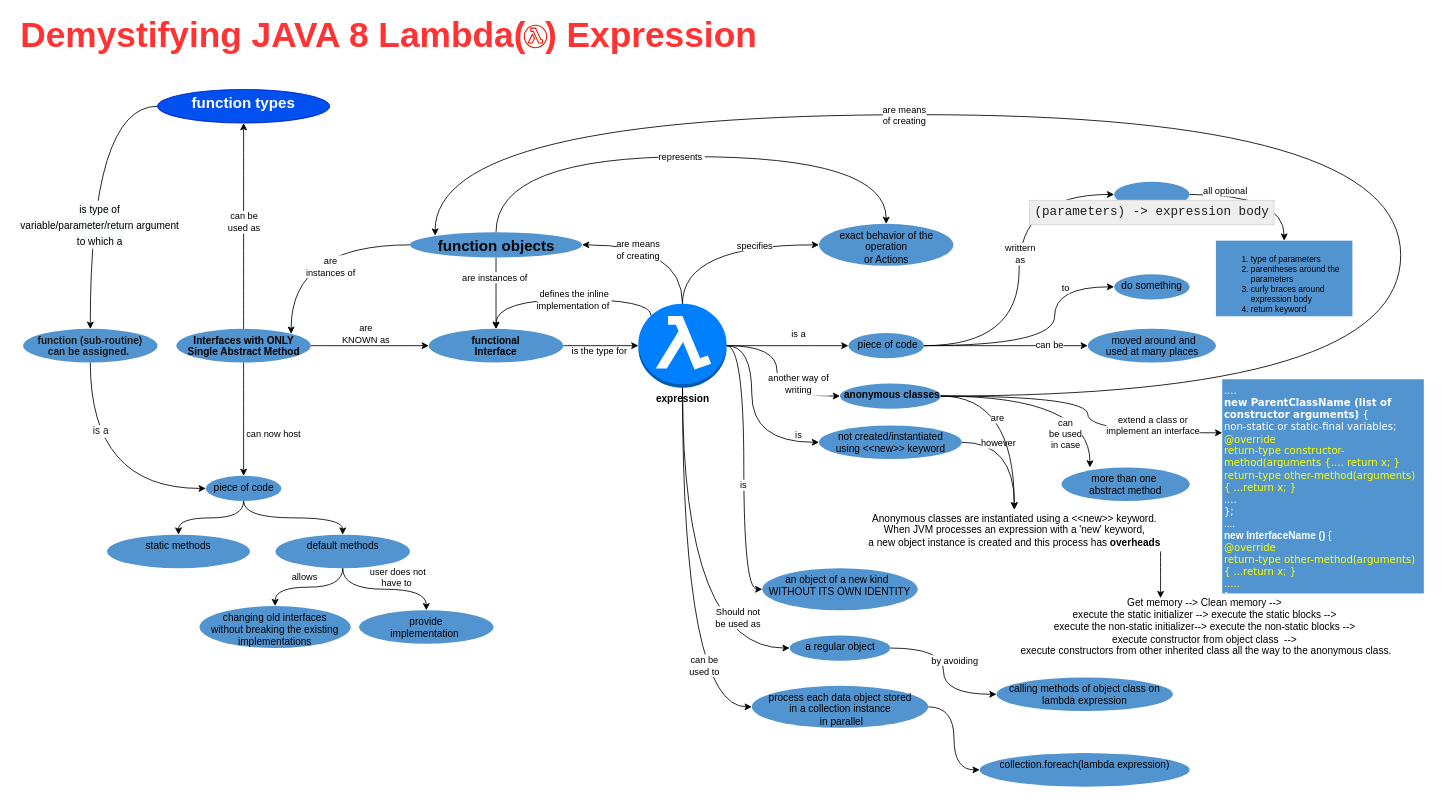
gaurjain/drawio keeps this draw.io diagram as page "Lambda Expressions" (1 of 6) of Java Collection Framework Data Structures.drawio. Above is the earlier version. Source tidied: cells renumbered, new cells numbered last; positions are measured from the earlier drawing's top-left corner, leaving out a move shared by most shapes. Both pictures are drawn from the tidied source at 84%, with x=0, y=0 at pixel (14, 23).
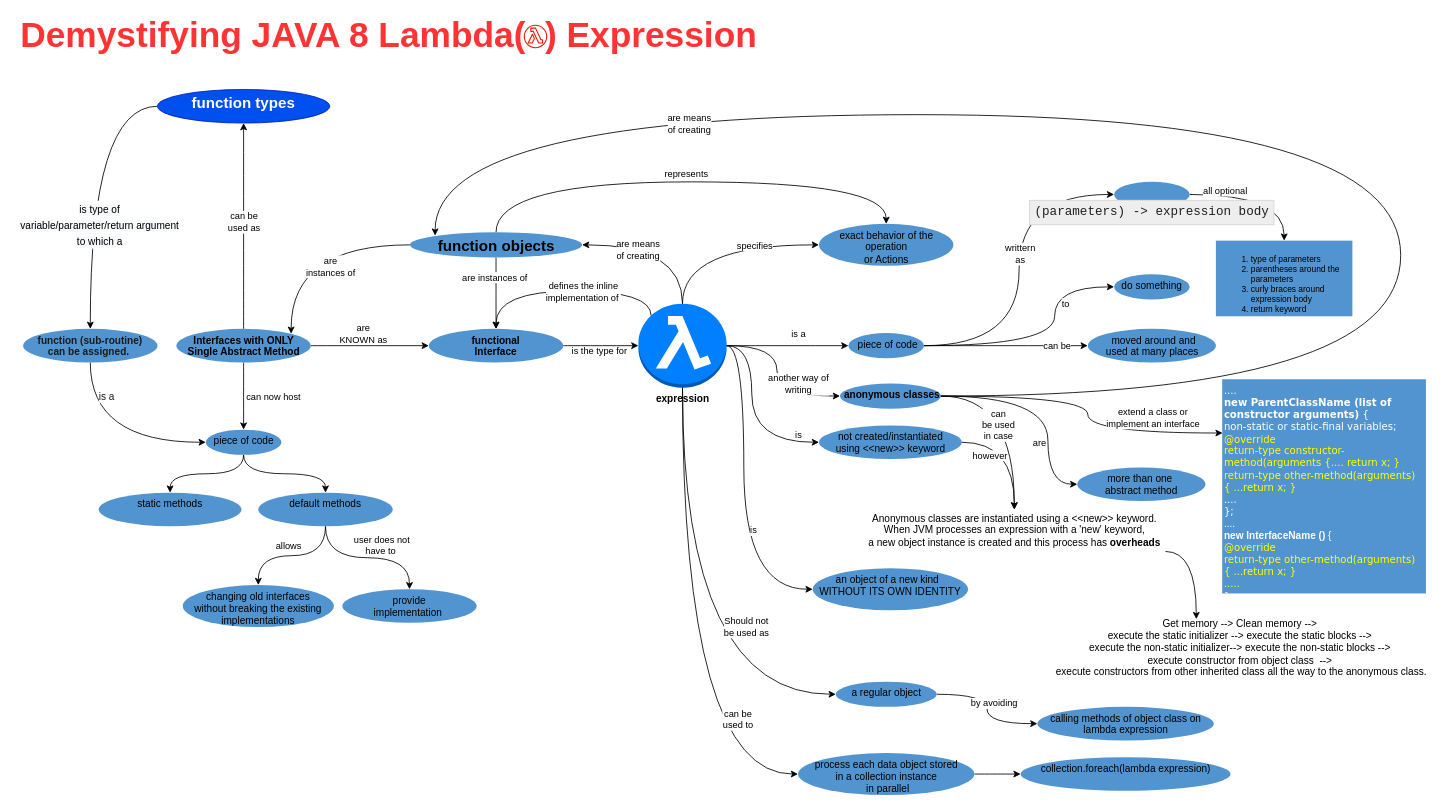
Above is the later version.

Unchanged cells that the change refers to:
```xml
<mxCell id="2" style="edgeStyle=orthogonalEdgeStyle;curved=1;rounded=0;jettySize=auto;html=1;entryX=0;entryY=0.5;entryDx=0;entryDy=0;" parent="1" edge="1" source="10" target="17">
  <mxGeometry relative="1" as="geometry">
    <Array as="points">
      <mxPoint x="868" y="384" />
      <mxPoint x="868" y="674" />
    </Array>
  </mxGeometry>
</mxCell>
<mxCell id="10" value="expression" style="outlineConnect=0;dashed=0;verticalLabelPosition=bottom;verticalAlign=top;align=center;html=1;shape=mxgraph.aws3.lambda_function;gradientColor=none;fillColor=#007FFF;fontStyle=1;" parent="1" vertex="1">
  <mxGeometry x="742.5" y="334" width="105" height="100" as="geometry" />
</mxCell>
<mxCell id="16" value="functional &lt;br&gt;Interface" style="ellipse;whiteSpace=wrap;html=1;dashed=0;verticalAlign=top;fillColor=#5294CF;labelBackgroundColor=none;strokeColor=none;fontStyle=1;" parent="1" vertex="1">
  <mxGeometry x="493" y="364" width="160" height="40" as="geometry" />
</mxCell>
<mxCell id="19" value="Anonymous classes are instantiated using a &amp;lt;&amp;lt;new&amp;gt;&amp;gt; keyword.&lt;br&gt;When JVM processes an expression with a 'new' keyword, &lt;br&gt;a new object instance is created and this process has &lt;b&gt;overheads&lt;/b&gt;" style="text;html=1;align=center;verticalAlign=middle;points=[];" parent="1" vertex="1">
  <mxGeometry x="1010" y="579" width="360" height="50" as="geometry" />
</mxCell>
<mxCell id="20" style="edgeStyle=orthogonalEdgeStyle;curved=1;rounded=0;jettySize=auto;html=1;exitX=1;exitY=0.5;exitDx=0;exitDy=0;" parent="1" edge="1" source="22" target="19">
  <mxGeometry relative="1" as="geometry" />
</mxCell>
<mxCell id="28" style="edgeStyle=orthogonalEdgeStyle;curved=1;rounded=0;jettySize=auto;html=1;exitX=1;exitY=0.5;exitDx=0;exitDy=0;" parent="1" edge="1" source="32" target="19">
  <mxGeometry relative="1" as="geometry" />
</mxCell>
<mxCell id="32" value="&amp;nbsp;anonymous classes" style="ellipse;whiteSpace=wrap;html=1;dashed=0;verticalAlign=top;fillColor=#5294CF;strokeColor=none;fontStyle=1;" parent="1" vertex="1">
  <mxGeometry x="982.5" y="429" width="120" height="30" as="geometry" />
</mxCell>
<mxCell id="39" style="rounded=0;jettySize=auto;html=1;exitX=1;exitY=0.5;exitDx=0;exitDy=0;entryX=0;entryY=0.5;entryDx=0;entryDy=0;edgeStyle=orthogonalEdgeStyle;curved=1;" parent="1" edge="1" source="45" target="48">
  <mxGeometry relative="1" as="geometry" />
</mxCell>
<mxCell id="41" style="edgeStyle=orthogonalEdgeStyle;curved=1;rounded=0;jettySize=auto;html=1;entryX=0;entryY=0.5;entryDx=0;entryDy=0;" parent="1" edge="1" source="45" target="49">
  <mxGeometry relative="1" as="geometry">
    <Array as="points">
      <mxPoint x="1238" y="384" />
      <mxPoint x="1238" y="314" />
    </Array>
  </mxGeometry>
</mxCell>
<mxCell id="55" style="edgeStyle=orthogonalEdgeStyle;curved=1;rounded=0;jettySize=auto;html=1;labelBackgroundColor=none;exitX=0.5;exitY=1;exitDx=0;exitDy=0;" parent="1" edge="1" source="60" target="62">
  <mxGeometry relative="1" as="geometry" />
</mxCell>
<mxCell id="57" style="edgeStyle=orthogonalEdgeStyle;curved=1;rounded=0;jettySize=auto;html=1;labelBackgroundColor=none;exitX=1;exitY=0.5;exitDx=0;exitDy=0;entryX=0;entryY=0.5;entryDx=0;entryDy=0;" parent="1" edge="1" source="60" target="16">
  <mxGeometry relative="1" as="geometry" />
</mxCell>
<mxCell id="71" value="&lt;span style=&quot;font-weight: normal&quot;&gt;exact behavior of the operation &lt;br&gt;or Actions&lt;/span&gt;" style="ellipse;whiteSpace=wrap;html=1;dashed=0;verticalAlign=top;fillColor=#5294CF;labelBackgroundColor=none;strokeColor=none;fontStyle=1;" parent="1" vertex="1">
  <mxGeometry x="957.5" y="239" width="160" height="50" as="geometry" />
</mxCell>
<mxCell id="77" value="&lt;font style=&quot;font-size: 18px&quot;&gt;function objects&lt;/font&gt;" style="ellipse;whiteSpace=wrap;html=1;dashed=0;verticalAlign=top;fillColor=#5294CF;strokeColor=none;fontStyle=1;" parent="1" vertex="1">
  <mxGeometry x="470.5" y="249" width="205" height="30" as="geometry" />
</mxCell>
<mxCell id="83" style="edgeStyle=orthogonalEdgeStyle;curved=1;rounded=0;jettySize=auto;html=1;exitX=1;exitY=0.5;exitDx=0;exitDy=0;" parent="1" edge="1" source="32">
  <mxGeometry relative="1" as="geometry">
    <mxPoint x="500.5" y="253" as="targetPoint" />
    <Array as="points">
      <mxPoint x="1650" y="444" />
      <mxPoint x="1650" y="109" />
      <mxPoint x="501" y="109" />
    </Array>
  </mxGeometry>
</mxCell>
<mxCell id="86" style="edgeStyle=orthogonalEdgeStyle;curved=1;rounded=0;jettySize=auto;html=1;fontSize=16;fontColor=#1A1A1A;entryX=0;entryY=0.5;entryDx=0;entryDy=0;exitX=0.5;exitY=1;exitDx=0;exitDy=0;" parent="1" edge="1" source="88" target="62">
  <mxGeometry relative="1" as="geometry" />
</mxCell>
```

What changed in the source:
```diff
@@
     <mxCell id="3" value="is&amp;nbsp;" style="edgeLabel;html=1;align=center;verticalAlign=middle;" parent="2" vertex="1">
       <mxGeometry x="-0.04" y="-3" relative="1" as="geometry">
-        <mxPoint x="3" y="26" as="offset" />
+        <mxPoint x="15" y="51.5" as="offset" />
       </mxGeometry>
     </mxCell>
@@
     <mxCell id="8" style="edgeStyle=orthogonalEdgeStyle;curved=1;rounded=0;jettySize=auto;html=1;labelBackgroundColor=#ffffff;entryX=0.5;entryY=0;entryDx=0;entryDy=0;exitX=0.145;exitY=0.145;exitDx=0;exitDy=0;exitPerimeter=0;" parent="1" edge="1" source="10" target="16">
       <mxGeometry relative="1" as="geometry">
         <Array as="points">
-          <mxPoint x="757.5" y="329" />
-          <mxPoint x="572.5" y="329" />
+          <mxPoint x="758" y="319" />
+          <mxPoint x="573" y="319" />
         </Array>
       </mxGeometry>
     </mxCell>
     <mxCell id="9" value="defines the inline &lt;br&gt;implementation of&amp;nbsp;" style="edgeLabel;html=1;align=center;verticalAlign=middle;" parent="8" vertex="1">
       <mxGeometry x="0.05" y="-1" relative="1" as="geometry">
-        <mxPoint x="13.8" y="1" as="offset" />
+        <mxPoint x="25.3" y="1" as="offset" />
       </mxGeometry>
     </mxCell>
@@
     <mxCell id="17" value="an object of a new kind&amp;nbsp;&amp;nbsp;&lt;br&gt;WITHOUT ITS OWN IDENTITY" style="ellipse;whiteSpace=wrap;html=1;dashed=0;verticalAlign=top;fillColor=#5294CF;strokeColor=none;" parent="1" vertex="1">
-      <mxGeometry x="890" y="649" width="185" height="50" as="geometry" />
+      <mxGeometry x="950" y="649" width="185" height="50" as="geometry" />
     </mxCell>
     <mxCell id="18" style="edgeStyle=orthogonalEdgeStyle;curved=1;rounded=0;jettySize=auto;html=1;labelBackgroundColor=#ffffff;entryX=0.384;entryY=0.008;entryDx=0;entryDy=0;entryPerimeter=0;" parent="1" edge="1" source="19" target="69">
       <mxGeometry relative="1" as="geometry">
         <Array as="points">
-          <mxPoint x="1368" y="629" />
-          <mxPoint x="1364" y="629" />
+          <mxPoint x="1407" y="629" />
         </Array>
       </mxGeometry>
     </mxCell>
@@
     <mxCell id="21" value="however" style="edgeLabel;html=1;align=center;verticalAlign=middle;" parent="20" vertex="1">
       <mxGeometry x="-0.28" y="-1" relative="1" as="geometry">
-        <mxPoint x="-8.5" y="-1" as="offset" />
+        <mxPoint x="-18.4" y="14" as="offset" />
       </mxGeometry>
     </mxCell>
@@
-    <mxCell id="23" style="edgeStyle=orthogonalEdgeStyle;rounded=0;jettySize=auto;html=1;curved=1;entryX=0;entryY=0.5;entryDx=0;entryDy=0;" parent="1" edge="1" source="24" target="27">
+    <mxCell id="23" style="edgeStyle=orthogonalEdgeStyle;rounded=0;jettySize=auto;html=1;curved=1;entryX=0;entryY=0.5;entryDx=0;entryDy=0;exitX=1;exitY=0.5;exitDx=0;exitDy=0;" parent="1" edge="1" source="24" target="27">
       <mxGeometry relative="1" as="geometry" />
     </mxCell>
     <mxCell id="24" value="process each data object stored &lt;br&gt;in a collection instance&lt;br&gt;&amp;nbsp;in parallel" style="ellipse;whiteSpace=wrap;html=1;dashed=0;verticalAlign=top;fillColor=#5294CF;strokeColor=none;" parent="1" vertex="1">
-      <mxGeometry x="877.5" y="789" width="210" height="50" as="geometry" />
+      <mxGeometry x="932.5" y="869" width="210" height="50" as="geometry" />
     </mxCell>
     <mxCell id="25" style="edgeStyle=orthogonalEdgeStyle;rounded=0;jettySize=auto;html=1;curved=1;entryX=0;entryY=0.5;entryDx=0;entryDy=0;exitX=0.5;exitY=1;exitDx=0;exitDy=0;exitPerimeter=0;" parent="1" edge="1" source="10" target="24">
       <mxGeometry relative="1" as="geometry">
         <Array as="points">
-          <mxPoint x="795" y="814" />
+          <mxPoint x="795" y="894" />
         </Array>
       </mxGeometry>
     </mxCell>
     <mxCell id="26" value="can be &lt;br&gt;used to" style="edgeLabel;html=1;align=center;verticalAlign=middle;" parent="25" vertex="1">
       <mxGeometry x="0.26" y="-17" relative="1" as="geometry">
-        <mxPoint x="42" y="39" as="offset" />
+        <mxPoint x="82" y="18" as="offset" />
       </mxGeometry>
     </mxCell>
     <mxCell id="27" value="collection.foreach(lambda expression)" style="ellipse;whiteSpace=wrap;html=1;dashed=0;verticalAlign=top;fillColor=#5294CF;strokeColor=none;" parent="1" vertex="1">
-      <mxGeometry x="1148.8" y="869" width="250" height="40" as="geometry" />
+      <mxGeometry x="1197.5" y="874" width="250" height="40" as="geometry" />
     </mxCell>
@@
     <mxCell id="29" value="are" style="edgeLabel;html=1;align=center;verticalAlign=middle;" parent="28" vertex="1">
       <mxGeometry x="-0.45" y="-5" relative="1" as="geometry">
-        <mxPoint x="5.5" y="20" as="offset" />
+        <mxPoint x="55.8" y="50" as="offset" />
       </mxGeometry>
     </mxCell>
-    <mxCell id="30" style="edgeStyle=orthogonalEdgeStyle;curved=1;rounded=0;jettySize=auto;html=1;entryX=0.5;entryY=0;entryDx=0;entryDy=0;" parent="1" edge="1" source="32">
+    <mxCell id="30" style="edgeStyle=orthogonalEdgeStyle;curved=1;rounded=0;jettySize=auto;html=1;entryX=0;entryY=0.5;entryDx=0;entryDy=0;" parent="1" edge="1" source="32" target="93">
       <mxGeometry relative="1" as="geometry">
-        <mxPoint x="1280" y="529" as="targetPoint" />
+        <Array as="points">
+          <mxPoint x="1230" y="444" />
+          <mxPoint x="1230" y="549" />
+        </Array>
       </mxGeometry>
     </mxCell>
     <mxCell id="31" value="can&lt;br&gt;be used&lt;br&gt;in case" style="edgeLabel;html=1;align=center;verticalAlign=middle;" parent="30" vertex="1">
       <mxGeometry x="0.61" y="-19" relative="1" as="geometry">
-        <mxPoint x="-11" y="10.5" as="offset" />
+        <mxPoint x="-41" y="-53.4" as="offset" />
       </mxGeometry>
     </mxCell>
@@
     <mxCell id="35" value="a regular object" style="ellipse;whiteSpace=wrap;html=1;dashed=0;verticalAlign=top;fillColor=#5294CF;strokeColor=none;" parent="1" vertex="1">
-      <mxGeometry x="922.5" y="729" width="120" height="30" as="geometry" />
+      <mxGeometry x="977.5" y="784" width="120" height="30" as="geometry" />
     </mxCell>
     <mxCell id="36" style="edgeStyle=orthogonalEdgeStyle;rounded=0;jettySize=auto;html=1;curved=1;entryX=0;entryY=0.5;entryDx=0;entryDy=0;exitX=0.5;exitY=1;exitDx=0;exitDy=0;exitPerimeter=0;" parent="1" edge="1" source="10" target="35">
       <mxGeometry relative="1" as="geometry">
         <Array as="points">
-          <mxPoint x="795" y="744" />
+          <mxPoint x="795" y="799" />
         </Array>
       </mxGeometry>
     </mxCell>
     <mxCell id="37" value="Should not &lt;br&gt;be used as" style="edgeLabel;html=1;align=center;verticalAlign=middle;" parent="36" vertex="1">
       <mxGeometry x="0.26" y="-17" relative="1" as="geometry">
-        <mxPoint x="82" y="-3" as="offset" />
+        <mxPoint x="92" y="-61" as="offset" />
       </mxGeometry>
     </mxCell>
     <mxCell id="38" value="calling methods of object class on lambda expression" style="ellipse;whiteSpace=wrap;html=1;dashed=0;verticalAlign=top;fillColor=#5294CF;strokeColor=none;" parent="1" vertex="1">
-      <mxGeometry x="1168.8" y="779" width="210" height="40" as="geometry" />
+      <mxGeometry x="1217.5" y="814" width="210" height="40" as="geometry" />
     </mxCell>
@@
     <mxCell id="40" value="can be" style="edgeLabel;html=1;align=center;verticalAlign=middle;" parent="39" vertex="1">
       <mxGeometry x="0.36" y="-2" relative="1" as="geometry">
-        <mxPoint x="15.5" y="-3.6" as="offset" />
+        <mxPoint x="25" y="-2" as="offset" />
       </mxGeometry>
     </mxCell>
@@
     <mxCell id="42" value="to" style="edgeLabel;html=1;align=center;verticalAlign=middle;" parent="41" vertex="1">
       <mxGeometry x="0.08" y="1" relative="1" as="geometry">
-        <mxPoint x="13" y="-64.5" as="offset" />
+        <mxPoint x="13" y="-46.3" as="offset" />
       </mxGeometry>
     </mxCell>
@@
     <mxCell id="54" value="default methods" style="ellipse;whiteSpace=wrap;html=1;dashed=0;verticalAlign=top;fillColor=#5294CF;labelBackgroundColor=none;strokeColor=none;" parent="1" vertex="1">
-      <mxGeometry x="310.5" y="609" width="160" height="40" as="geometry" />
+      <mxGeometry x="290" y="559" width="160" height="40" as="geometry" />
     </mxCell>
@@
     <mxCell id="56" value="can now host" style="edgeLabel;html=1;align=center;verticalAlign=middle;labelBackgroundColor=none;" parent="55" vertex="1">
       <mxGeometry x="-0.18" relative="1" as="geometry">
-        <mxPoint x="35" y="29.7" as="offset" />
+        <mxPoint x="35" y="7" as="offset" />
       </mxGeometry>
     </mxCell>
@@
     <mxCell id="58" value="are &lt;br&gt;KNOWN as" style="edgeLabel;html=1;align=center;verticalAlign=middle;labelBackgroundColor=none;" parent="57" vertex="1">
       <mxGeometry x="-0.21" relative="1" as="geometry">
-        <mxPoint x="10" y="-15" as="offset" />
+        <mxPoint x="6.5" y="-15" as="offset" />
       </mxGeometry>
     </mxCell>
@@
     <mxCell id="62" value="piece of code" style="ellipse;whiteSpace=wrap;html=1;dashed=0;verticalAlign=top;fillColor=#5294CF;labelBackgroundColor=none;strokeColor=none;" parent="1" vertex="1">
-      <mxGeometry x="227.5" y="539" width="90" height="30" as="geometry" />
+      <mxGeometry x="227.5" y="484" width="90" height="30" as="geometry" />
     </mxCell>
     <mxCell id="63" value="static methods" style="ellipse;whiteSpace=wrap;html=1;dashed=0;verticalAlign=top;fillColor=#5294CF;labelBackgroundColor=none;strokeColor=none;" parent="1" vertex="1">
-      <mxGeometry x="110" y="609" width="170" height="40" as="geometry" />
+      <mxGeometry x="100" y="559" width="170" height="40" as="geometry" />
     </mxCell>
     <mxCell id="64" value="changing old interfaces &lt;br&gt;without breaking the existing implementations" style="ellipse;whiteSpace=wrap;html=1;dashed=0;verticalAlign=top;fillColor=#5294CF;labelBackgroundColor=none;strokeColor=none;" parent="1" vertex="1">
-      <mxGeometry x="220" y="694" width="180" height="50" as="geometry" />
+      <mxGeometry x="200" y="669" width="180" height="50" as="geometry" />
     </mxCell>
     <mxCell id="65" value="provide &lt;br&gt;implementation&amp;nbsp;" style="ellipse;whiteSpace=wrap;html=1;dashed=0;verticalAlign=top;fillColor=#5294CF;labelBackgroundColor=none;strokeColor=none;" parent="1" vertex="1">
-      <mxGeometry x="410" y="699" width="160" height="40" as="geometry" />
+      <mxGeometry x="390" y="674" width="160" height="40" as="geometry" />
     </mxCell>
@@
     <mxCell id="69" value="Get memory --&amp;gt;&amp;nbsp;Clean memory --&amp;gt;&amp;nbsp;&lt;br&gt;execute the static initializer --&amp;gt; execute the static blocks --&amp;gt;&amp;nbsp;&lt;br&gt;execute the non-static initializer--&amp;gt; execute the non-static blocks --&amp;gt;&amp;nbsp;&lt;br&gt;execute constructor from object class&amp;nbsp; --&amp;gt;&amp;nbsp;&lt;br&gt;execute constructors from other inherited class all the way to the anonymous class." style="text;html=1;align=center;verticalAlign=middle;points=[];" parent="1" vertex="1">
-      <mxGeometry x="1187.5" y="684" width="460" height="70" as="geometry" />
+      <mxGeometry x="1230" y="709" width="460" height="70" as="geometry" />
     </mxCell>
@@
     <mxCell id="74" style="edgeStyle=orthogonalEdgeStyle;curved=1;rounded=0;jettySize=auto;html=1;entryX=0.5;entryY=0;entryDx=0;entryDy=0;exitX=0.5;exitY=0;exitDx=0;exitDy=0;" parent="1" edge="1" source="77" target="71">
       <mxGeometry relative="1" as="geometry">
         <Array as="points">
-          <mxPoint x="573" y="159" />
-          <mxPoint x="1038" y="159" />
+          <mxPoint x="573" y="189" />
+          <mxPoint x="1038" y="189" />
         </Array>
       </mxGeometry>
     </mxCell>
     <mxCell id="75" value="represents&amp;nbsp;" style="edgeLabel;html=1;align=center;verticalAlign=middle;" parent="74" vertex="1">
       <mxGeometry x="-0.17" y="-4" relative="1" as="geometry">
-        <mxPoint x="47.5" y="-4" as="offset" />
+        <mxPoint x="49" y="-14" as="offset" />
       </mxGeometry>
     </mxCell>
@@
     <mxCell id="84" value="are means &lt;br&gt;of creating" style="edgeLabel;html=1;align=center;verticalAlign=middle;" parent="83" vertex="1">
       <mxGeometry x="0.43" y="14" relative="1" as="geometry">
-        <mxPoint x="82" y="-14" as="offset" />
+        <mxPoint x="-174.5" y="-4" as="offset" />
       </mxGeometry>
     </mxCell>
@@
     <mxCell id="87" value="is a&amp;nbsp;" style="edgeLabel;html=1;align=center;verticalAlign=middle;fontSize=12;fontColor=#1A1A1A;" parent="86" vertex="1">
-      <mxGeometry x="-0.44" y="13" relative="1" as="geometry" />
+      <mxGeometry x="-0.44" y="13" relative="1" as="geometry">
+        <mxPoint x="7" y="-25" as="offset" />
+      </mxGeometry>
     </mxCell>
@@
     <mxCell id="90" value="&lt;font style=&quot;font-size: 12px&quot;&gt;&lt;font face=&quot;Verdana&quot; style=&quot;font-size: 12px&quot;&gt;&lt;span style=&quot;font-size: 12px&quot;&gt;.... &lt;/span&gt;&lt;br&gt;&lt;b&gt;&lt;font style=&quot;font-size: 12px&quot;&gt;new ParentClassName (list of constructor arguments)&lt;/font&gt;&lt;/b&gt;&lt;span style=&quot;font-size: 12px&quot;&gt; { &lt;/span&gt;&lt;br&gt;&lt;span style=&quot;font-size: 12px&quot;&gt;non-static or static-final variables; &lt;/span&gt;&lt;br&gt;&lt;font color=&quot;#ffff00&quot; style=&quot;font-size: 12px&quot;&gt;@override&lt;br&gt;return-type&amp;nbsp;constructor-method(arguments {.... return x; } &lt;br&gt;return-type other-method(arguments)&lt;br&gt;{ ...return x; }&lt;br&gt;&lt;/font&gt;....&lt;br&gt;&lt;span style=&quot;font-size: 12px&quot;&gt;};&lt;/span&gt;&lt;br&gt;&lt;/font&gt;&lt;span style=&quot;font-size: 12px&quot;&gt;....&lt;/span&gt;&lt;br&gt;&lt;b&gt;&lt;font style=&quot;font-size: 12px&quot;&gt;new InterfaceName ()&lt;/font&gt;&lt;/b&gt;&lt;span style=&quot;font-size: 12px&quot;&gt; { &lt;br&gt;&lt;/span&gt;&lt;span style=&quot;font-size: 12px ; color: rgb(255 , 255 , 0) ; font-family: &amp;#34;verdana&amp;#34;&quot;&gt;@override &lt;br&gt;return-type other-method(arguments)&amp;nbsp;&lt;/span&gt;&lt;br style=&quot;color: rgb(255 , 255 , 0) ; font-family: &amp;#34;verdana&amp;#34;&quot;&gt;&lt;span style=&quot;font-size: 12px ; color: rgb(255 , 255 , 0) ; font-family: &amp;#34;verdana&amp;#34;&quot;&gt;{ ...return x; }&lt;br&gt;.....&lt;br&gt;&lt;/span&gt;&lt;font face=&quot;Verdana&quot; style=&quot;font-size: 12px&quot;&gt;};&lt;/font&gt;&lt;/font&gt;&lt;span style=&quot;font-size: 10px&quot;&gt;&lt;br&gt;&lt;/span&gt;" style="whiteSpace=wrap;html=1;dashed=0;verticalAlign=top;align=left;rounded=0;fontColor=#ffffff;strokeColor=none;fillColor=#5294CF;" parent="1" vertex="1">
-      <mxGeometry x="1437.5" y="424" width="240" height="255" as="geometry" />
+      <mxGeometry x="1437.5" y="424" width="242.5" height="255" as="geometry" />
     </mxCell>
-    <mxCell id="91" style="edgeStyle=orthogonalEdgeStyle;curved=1;rounded=0;jettySize=auto;html=1;exitX=1;exitY=0.5;exitDx=0;exitDy=0;entryX=0;entryY=0.25;entryDx=0;entryDy=0;" parent="1" edge="1" source="32" target="90">
+    <mxCell id="91" style="edgeStyle=orthogonalEdgeStyle;curved=1;rounded=0;jettySize=auto;html=1;exitX=1;exitY=0.5;exitDx=0;exitDy=0;" parent="1" edge="1" source="32">
       <mxGeometry relative="1" as="geometry">
+        <mxPoint x="1438" y="488" as="targetPoint" />
         <Array as="points">
           <mxPoint x="1277.5" y="444" />
           <mxPoint x="1277.5" y="488" />
         </Array>
       </mxGeometry>
     </mxCell>
     <mxCell id="92" value="extend a class or &lt;br&gt;implement an interface" style="edgeLabel;html=1;align=center;verticalAlign=middle;" parent="91" vertex="1">
       <mxGeometry x="0.4" relative="1" as="geometry">
-        <mxPoint x="31" y="-8.8" as="offset" />
+        <mxPoint x="30.2" y="-19" as="offset" />
       </mxGeometry>
     </mxCell>
     <mxCell id="93" value="more than one&amp;nbsp;&lt;br&gt;abstract method" style="ellipse;whiteSpace=wrap;html=1;dashed=0;verticalAlign=top;fillColor=#5294CF;strokeColor=none;" parent="1" vertex="1">
-      <mxGeometry x="1246.3" y="529" width="152.5" height="40" as="geometry" />
+      <mxGeometry x="1265" y="529" width="152.5" height="40" as="geometry" />
     </mxCell>
```
